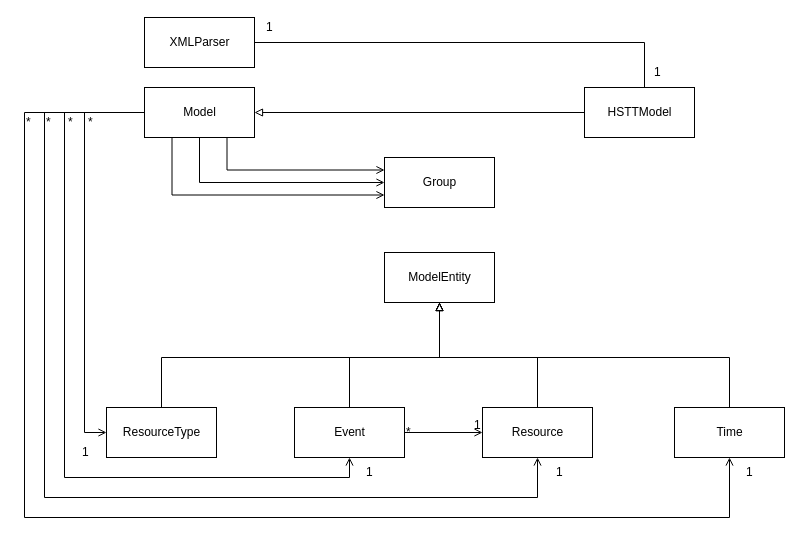
This is Memoria/Diagrames/UMLKai.drawio from sipwarriper/hstt2smt, a draw.io file, before an edit. Source tidied: cells renumbered, new cells numbered last; positions are measured from the earlier drawing's top-left corner, leaving out a move shared by most shapes. Both pictures are drawn from the tidied source at 100%, with x=0, y=0 at pixel (24, 17).
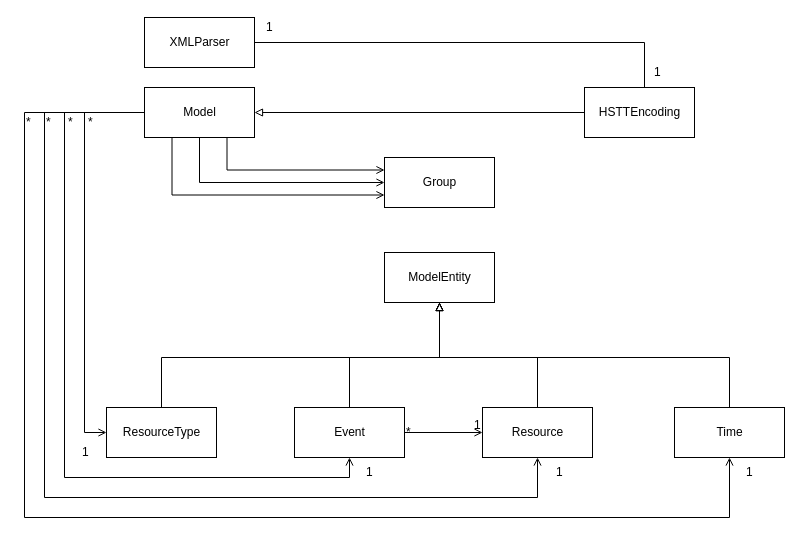
The same diagram, later.

Change to the diagram source:
```diff
@@
-    <mxCell id="24" value="HSTTModel" style="html=1;" parent="1" vertex="1">
+    <mxCell id="24" value="HSTTEncoding" style="html=1;" parent="1" vertex="1">
       <mxGeometry x="560" y="70" width="110" height="50" as="geometry" />
     </mxCell>
```
